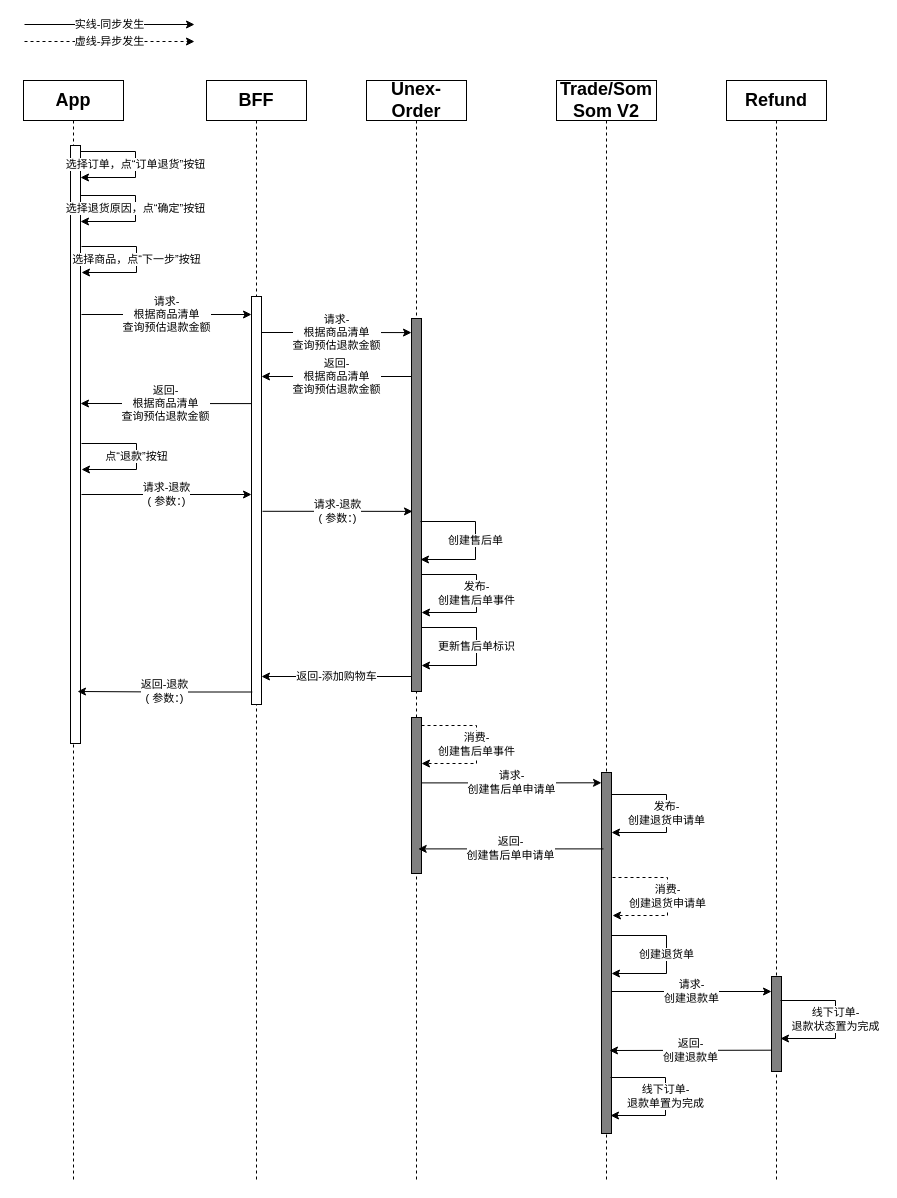
Before: page "return_order_workflow" (19 of 19) of authz/Omini-Store.drawio in jackie-thank/beego-authz, a draw.io diagram. Source tidied: cells renumbered, new cells numbered last; positions are measured from the earlier drawing's top-left corner, leaving out a move shared by most shapes. Both pictures are drawn from the tidied source at 100%, with x=0, y=0 at pixel (23, 24).
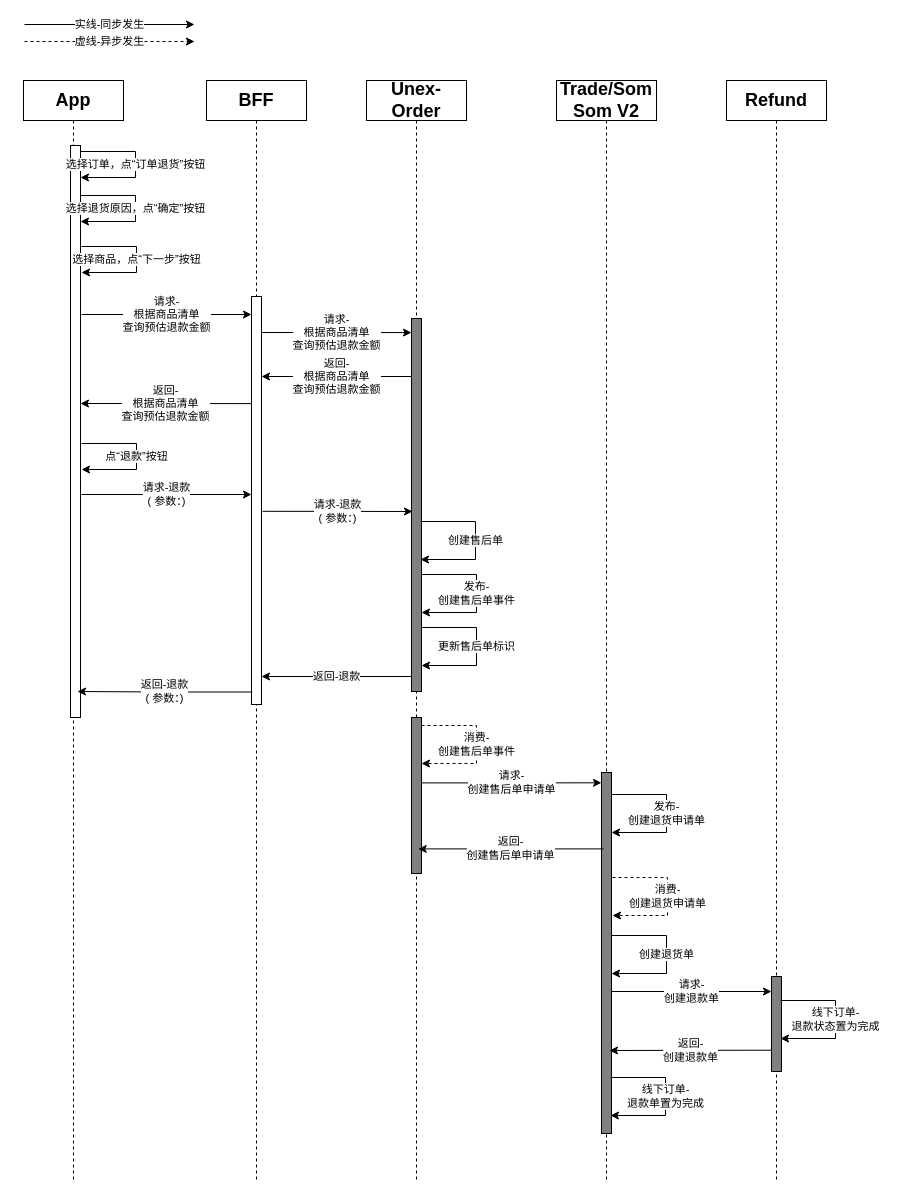
The same page after the edit.

The change refers to these unchanged cells:
```xml
<mxCell id="6" value="App" style="shape=umlLifeline;perimeter=lifelinePerimeter;whiteSpace=wrap;html=1;newEdgeStyle={&quot;edgeStyle&quot;:&quot;elbowEdgeStyle&quot;,&quot;elbow&quot;:&quot;vertical&quot;,&quot;curved&quot;:0,&quot;rounded&quot;:0};fontStyle=1;fontSize=18;" parent="1" vertex="1">
  <mxGeometry y="56" width="100" height="1100" as="geometry" />
</mxCell>
```

Change to the diagram source:
```diff
@@
     <mxCell id="7" style="html=1;perimeter=orthogonalPerimeter;targetShapes=umlLifeline;newEdgeStyle={&quot;edgeStyle&quot;:&quot;elbowEdgeStyle&quot;,&quot;elbow&quot;:&quot;vertical&quot;,&quot;curved&quot;:0,&quot;rounded&quot;:0};fontSize=18;fontStyle=1;" parent="6" vertex="1">
-      <mxGeometry x="47" y="65" width="10" height="598" as="geometry" />
+      <mxGeometry x="47" y="65" width="10" height="572" as="geometry" />
     </mxCell>
@@
-    <mxCell id="20" value="&lt;div&gt;请求-退款&lt;/div&gt;&lt;div&gt;( 参数：)&lt;br&gt;&lt;/div&gt;" style="edgeStyle=elbowEdgeStyle;rounded=0;orthogonalLoop=1;jettySize=auto;html=1;elbow=horizontal;curved=0;" parent="1" edge="1">
+    <mxCell id="20" value="&lt;div&gt;请求-退款&lt;/div&gt;&lt;div&gt;( 参数：)&lt;br&gt;&lt;/div&gt;" style="edgeStyle=elbowEdgeStyle;rounded=0;orthogonalLoop=1;jettySize=auto;html=1;elbow=vertical;curved=0;" parent="1" edge="1">
       <mxGeometry relative="1" as="geometry">
         <mxPoint x="239" y="486.8" as="sourcePoint" />
         <mxPoint x="389" y="486.9" as="targetPoint" />
       </mxGeometry>
     </mxCell>
-    <mxCell id="21" value="返回-添加购物车" style="edgeStyle=elbowEdgeStyle;rounded=0;orthogonalLoop=1;jettySize=auto;html=1;elbow=vertical;curved=0;" parent="1" edge="1">
+    <mxCell id="21" value="返回-退款" style="edgeStyle=elbowEdgeStyle;rounded=0;orthogonalLoop=1;jettySize=auto;html=1;elbow=vertical;curved=0;" parent="1" edge="1">
       <mxGeometry relative="1" as="geometry">
         <mxPoint x="388" y="652" as="sourcePoint" />
         <mxPoint x="238" y="652.2" as="targetPoint" />
       </mxGeometry>
     </mxCell>
```
